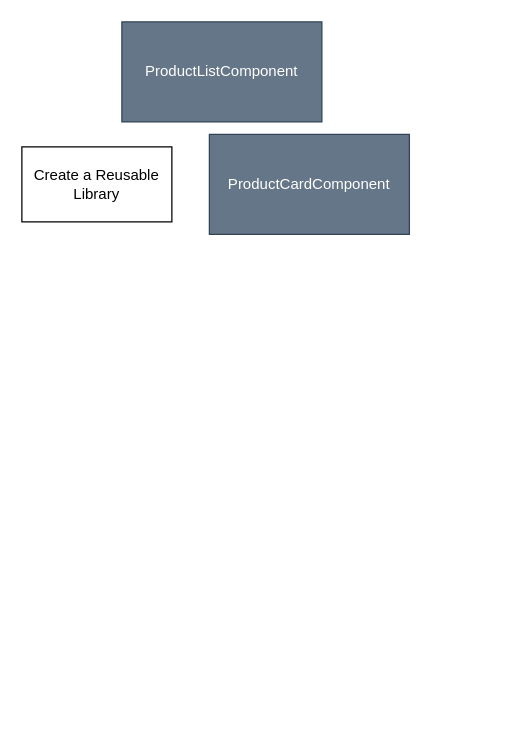
Above: page "ReusableLibrary" (17 of 17) of drawings/draw-angular-gs.drawio in QUAGLO30JUN2025GIT-HUB/QUAGLO30JUN2025GIT-REPO (draw.io), before the change. Source tidied: cells renumbered, new cells numbered last; positions are measured from the earlier drawing's top-left corner, leaving out a move shared by most shapes. Both pictures are drawn from the tidied source at 125%, with x=0, y=0 at pixel (21, 21).
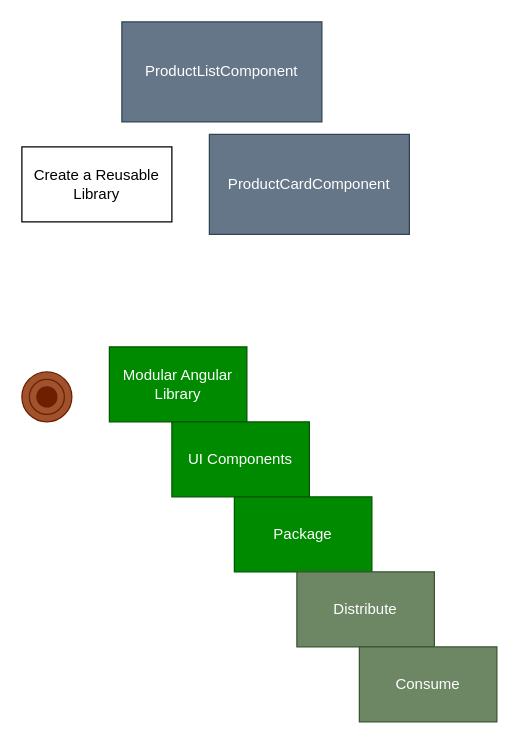
The same page after the edit.

What changed in the source:
```diff
@@
 <mxGraphModel>
   <root>
     <mxCell id="0" />
     <mxCell id="1" parent="0" />
     <mxCell id="2" value="Create a Reusable Library" style="rounded=0;whiteSpace=wrap;html=1;" parent="1" vertex="1">
       <mxGeometry y="100" width="120" height="60" as="geometry" />
     </mxCell>
     <mxCell id="3" value="ProductListComponent" style="rounded=0;whiteSpace=wrap;html=1;fillColor=#647687;fontColor=#ffffff;strokeColor=#314354;" parent="1" vertex="1">
       <mxGeometry x="80" width="160" height="80" as="geometry" />
     </mxCell>
     <mxCell id="4" value="ProductCardComponent" style="rounded=0;whiteSpace=wrap;html=1;fillColor=#647687;fontColor=#ffffff;strokeColor=#314354;" parent="1" vertex="1">
       <mxGeometry x="150" y="90" width="160" height="80" as="geometry" />
     </mxCell>
+    <mxCell id="5" style="html=1;whiteSpace=wrap;fillColor=#a0522d;shape=mxgraph.archimate3.goal;fontColor=#ffffff;strokeColor=#6D1F00;" parent="1" vertex="1">
+      <mxGeometry y="280" width="40" height="40" as="geometry" />
+    </mxCell>
+    <mxCell id="6" value="Modular Angular Library" style="rounded=0;whiteSpace=wrap;html=1;fillColor=#008a00;strokeColor=#005700;fontColor=#ffffff;" parent="1" vertex="1">
+      <mxGeometry x="70" y="260" width="110" height="60" as="geometry" />
+    </mxCell>
+    <mxCell id="7" value="UI Components" style="rounded=0;whiteSpace=wrap;html=1;fillColor=#008a00;fontColor=#ffffff;strokeColor=#005700;" parent="1" vertex="1">
+      <mxGeometry x="120" y="320" width="110" height="60" as="geometry" />
+    </mxCell>
+    <mxCell id="8" value="Package" style="rounded=0;whiteSpace=wrap;html=1;fillColor=#008a00;fontColor=#ffffff;strokeColor=#005700;" parent="1" vertex="1">
+      <mxGeometry x="170" y="380" width="110" height="60" as="geometry" />
+    </mxCell>
+    <mxCell id="9" value="Distribute" style="rounded=0;whiteSpace=wrap;html=1;fillColor=#6d8764;fontColor=#ffffff;strokeColor=#3A5431;" parent="1" vertex="1">
+      <mxGeometry x="220" y="440" width="110" height="60" as="geometry" />
+    </mxCell>
+    <mxCell id="10" value="Consume" style="rounded=0;whiteSpace=wrap;html=1;fillColor=#6d8764;fontColor=#ffffff;strokeColor=#3A5431;" parent="1" vertex="1">
+      <mxGeometry x="270" y="500" width="110" height="60" as="geometry" />
+    </mxCell>
   </root>
 </mxGraphModel>
```
